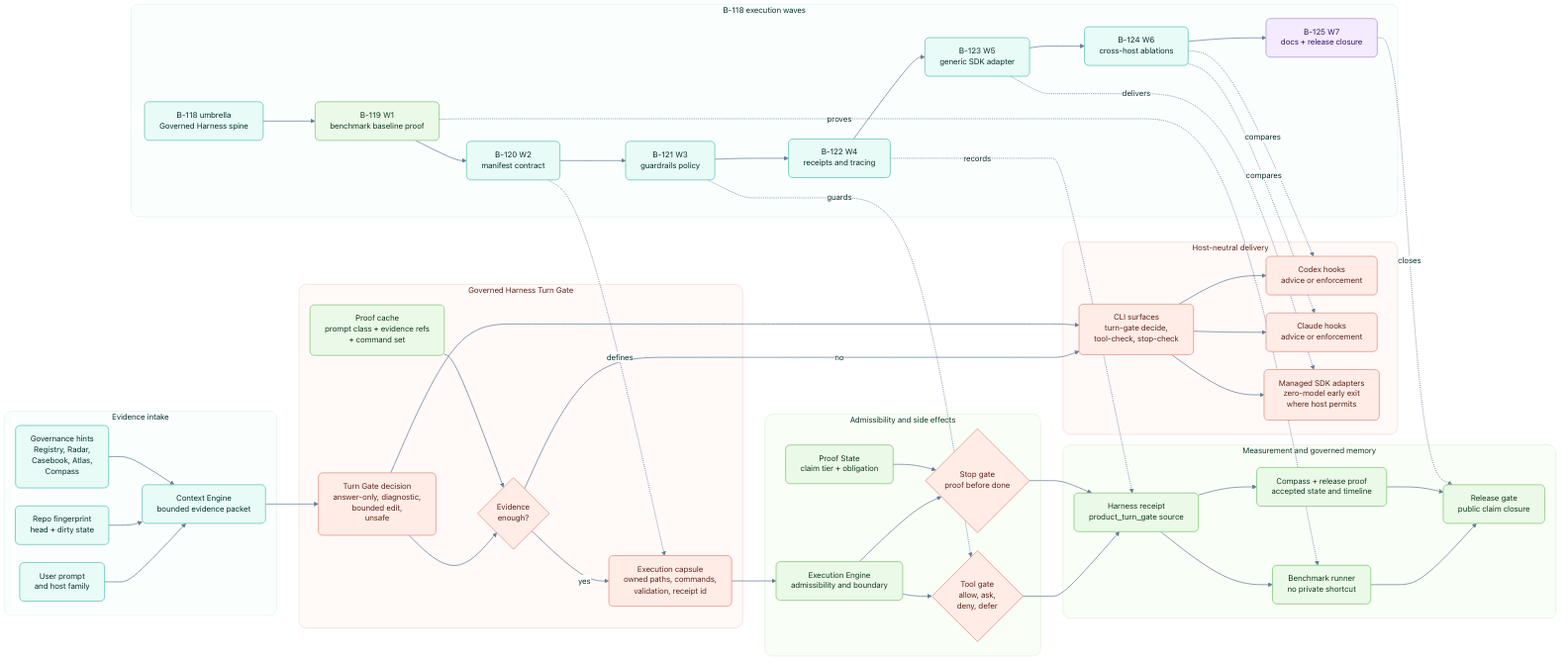
The Mermaid diagram odylith/atlas/source/governed-harness-turn-gate-topology.png in odylith/odylith, before a commit. Its source is kept beside it as odylith/atlas/source/governed-harness-turn-gate-topology.mmd. The source it was exported from:
```mermaid
flowchart LR
    subgraph evidence_lane["Evidence intake"]
      direction TB
      prompt["User prompt<br/>and host family"]
      repo["Repo fingerprint<br/>head + dirty state"]
      context["Context Engine<br/>bounded evidence packet"]
      governance["Governance hints<br/>Registry, Radar,<br/>Casebook, Atlas,<br/>Compass"]
    end

    subgraph turn_gate_lane["Governed Harness Turn Gate"]
      direction TB
      decision["Turn Gate decision<br/>answer-only, diagnostic,<br/>bounded edit,<br/>unsafe"]
      sufficiency{"Evidence<br/>enough?"}
      cache["Proof cache<br/>prompt class + evidence refs<br/>+ command set"]
      capsule["Execution capsule<br/>owned paths, commands,<br/>validation, receipt id"]
    end

    subgraph enforcement_lane["Admissibility and side effects"]
      direction TB
      execution["Execution Engine<br/>admissibility and boundary"]
      tool_gate{"Tool gate<br/>allow, ask,<br/>deny, defer"}
      stop_gate{"Stop gate<br/>proof before done"}
      proof_state["Proof State<br/>claim tier + obligation"]
    end

    subgraph host_lane["Host-neutral delivery"]
      direction TB
      cli["CLI surfaces<br/>turn-gate decide,<br/>tool-check, stop-check"]
      codex["Codex hooks<br/>advice or enforcement"]
      claude["Claude hooks<br/>advice or enforcement"]
      sdk["Managed SDK adapters<br/>zero-model early exit<br/>where host permits"]
    end

    subgraph proof_lane["Measurement and governed memory"]
      direction TB
      receipt["Harness receipt<br/>product_turn_gate source"]
      benchmark["Benchmark runner<br/>no private shortcut"]
      compass["Compass + release proof<br/>accepted state and timeline"]
      release["Release gate<br/>public claim closure"]
    end

    subgraph waves_lane["B-118 execution waves"]
      direction TB
      b118["B-118 umbrella<br/>Governed Harness spine"]
      b119["B-119 W1<br/>benchmark baseline proof"]
      b120["B-120 W2<br/>manifest contract"]
      b121["B-121 W3<br/>guardrails policy"]
      b122["B-122 W4<br/>receipts and tracing"]
      b123["B-123 W5<br/>generic SDK adapter"]
      b124["B-124 W6<br/>cross-host ablations"]
      b125["B-125 W7<br/>docs + release closure"]
    end

    prompt --> context
    repo --> context
    governance --> context
    context --> decision
    decision --> sufficiency
    cache --> sufficiency
    sufficiency -- "yes" --> capsule
    sufficiency -- "no" --> cli
    capsule --> execution
    execution --> tool_gate
    execution --> stop_gate
    proof_state --> stop_gate
    tool_gate --> receipt
    stop_gate --> receipt
    decision --> cli
    cli --> codex
    cli --> claude
    cli --> sdk
    receipt --> benchmark
    receipt --> compass
    benchmark --> release
    compass --> release

    b118 --> b119 --> b120 --> b121 --> b122 --> b123 --> b124 --> b125
    b119 -. "proves" .-> benchmark
    b120 -. "defines" .-> capsule
    b121 -. "guards" .-> tool_gate
    b122 -. "records" .-> receipt
    b123 -. "delivers" .-> sdk
    b124 -. "compares" .-> codex
    b124 -. "compares" .-> claude
    b125 -. "closes" .-> release

    classDef input fill:#e8fbf7,stroke:#5bbfb2,color:#062f2b,stroke-width:1.2px;
    classDef engine fill:#eaf3ff,stroke:#77a9ef,color:#102f5f,stroke-width:1.2px;
    classDef gate fill:#fff0e6,stroke:#e6a075,color:#5c2418,stroke-width:1.3px;
    classDef delivery fill:#f4ebff,stroke:#ad8ae6,color:#31135f,stroke-width:1.2px;
    classDef memory fill:#ebf9e8,stroke:#7ec373,color:#0f3a24,stroke-width:1.2px;
    classDef neutral fill:#f5f8fb,stroke:#b7c7d9,color:#1f2937,stroke-width:1.1px;
    class prompt,repo,context,governance input;
    class decision,cache,capsule,execution engine;
    class sufficiency,tool_gate,stop_gate,proof_state gate;
    class cli,codex,claude,sdk delivery;
    class receipt,benchmark,compass,release memory;
    class b118,b119,b120,b121,b122,b123,b124,b125 neutral;

    style evidence_lane fill:#fafffe,stroke:#d8f2ed,stroke-width:1px,color:#062f2b
    style turn_gate_lane fill:#f9fcff,stroke:#dceaff,stroke-width:1px,color:#102f5f
    style enforcement_lane fill:#fffaf7,stroke:#f5d8c5,stroke-width:1px,color:#5c2418
    style host_lane fill:#fdfbff,stroke:#eadfff,stroke-width:1px,color:#31135f
    style proof_lane fill:#fbfff9,stroke:#def2d9,stroke-width:1px,color:#0f3a24
    style waves_lane fill:#fcfdff,stroke:#e1e9f2,stroke-width:1px,color:#1f2937
    linkStyle default stroke:#647d96,stroke-width:1.35px
```
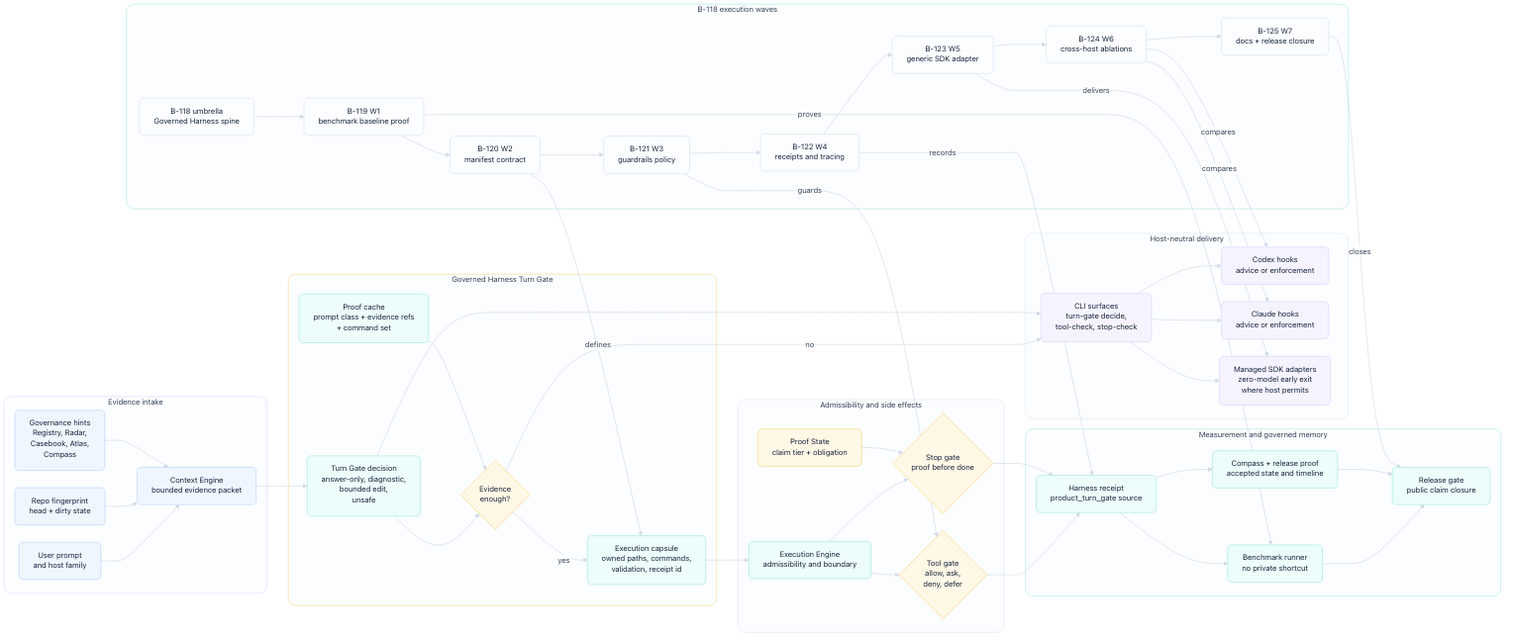
The same file after the commit.

Change to the diagram source:
```diff
@@ -84,12 +84,12 @@
     b124 -. "compares" .-> claude
     b125 -. "closes" .-> release
 
-    classDef input fill:#e8fbf7,stroke:#5bbfb2,color:#062f2b,stroke-width:1.2px;
-    classDef engine fill:#eaf3ff,stroke:#77a9ef,color:#102f5f,stroke-width:1.2px;
-    classDef gate fill:#fff0e6,stroke:#e6a075,color:#5c2418,stroke-width:1.3px;
-    classDef delivery fill:#f4ebff,stroke:#ad8ae6,color:#31135f,stroke-width:1.2px;
-    classDef memory fill:#ebf9e8,stroke:#7ec373,color:#0f3a24,stroke-width:1.2px;
-    classDef neutral fill:#f5f8fb,stroke:#b7c7d9,color:#1f2937,stroke-width:1.1px;
+    classDef input fill:#EFF6FF,stroke:#BFD7FE,color:#17233A,stroke-width:1.2px;
+    classDef engine fill:#ECFDFB,stroke:#A7E9E3,color:#17233A,stroke-width:1.2px;
+    classDef gate fill:#FFF8E6,stroke:#F6D98B,color:#17233A,stroke-width:1.3px;
+    classDef delivery fill:#F5F3FF,stroke:#DDD6FE,color:#17233A,stroke-width:1.2px;
+    classDef memory fill:#ECFDFB,stroke:#A7E9E3,color:#17233A,stroke-width:1.2px;
+    classDef neutral fill:#FBFDFF,stroke:#D8E5F4,color:#17233A,stroke-width:1.1px;
     class prompt,repo,context,governance input;
     class decision,cache,capsule,execution engine;
     class sufficiency,tool_gate,stop_gate,proof_state gate;
@@ -97,10 +97,10 @@
     class receipt,benchmark,compass,release memory;
     class b118,b119,b120,b121,b122,b123,b124,b125 neutral;
 
-    style evidence_lane fill:#fafffe,stroke:#d8f2ed,stroke-width:1px,color:#062f2b
-    style turn_gate_lane fill:#f9fcff,stroke:#dceaff,stroke-width:1px,color:#102f5f
-    style enforcement_lane fill:#fffaf7,stroke:#f5d8c5,stroke-width:1px,color:#5c2418
-    style host_lane fill:#fdfbff,stroke:#eadfff,stroke-width:1px,color:#31135f
-    style proof_lane fill:#fbfff9,stroke:#def2d9,stroke-width:1px,color:#0f3a24
-    style waves_lane fill:#fcfdff,stroke:#e1e9f2,stroke-width:1px,color:#1f2937
-    linkStyle default stroke:#647d96,stroke-width:1.35px
+    style evidence_lane fill:#FBFDFF,stroke:#BFD7FE,stroke-width:1px,color:#334155
+    style turn_gate_lane fill:#FBFDFF,stroke:#A7E9E3,stroke-width:1px,color:#334155
+    style enforcement_lane fill:#FBFDFF,stroke:#F6D98B,stroke-width:1px,color:#334155
+    style host_lane fill:#FBFDFF,stroke:#DDD6FE,stroke-width:1px,color:#334155
+    style proof_lane fill:#FBFDFF,stroke:#A7E9E3,stroke-width:1px,color:#334155
+    style waves_lane fill:#FBFDFF,stroke:#D8E5F4,stroke-width:1px,color:#334155
+    linkStyle default stroke:#B9C7D8,stroke-width:1.25px
```
